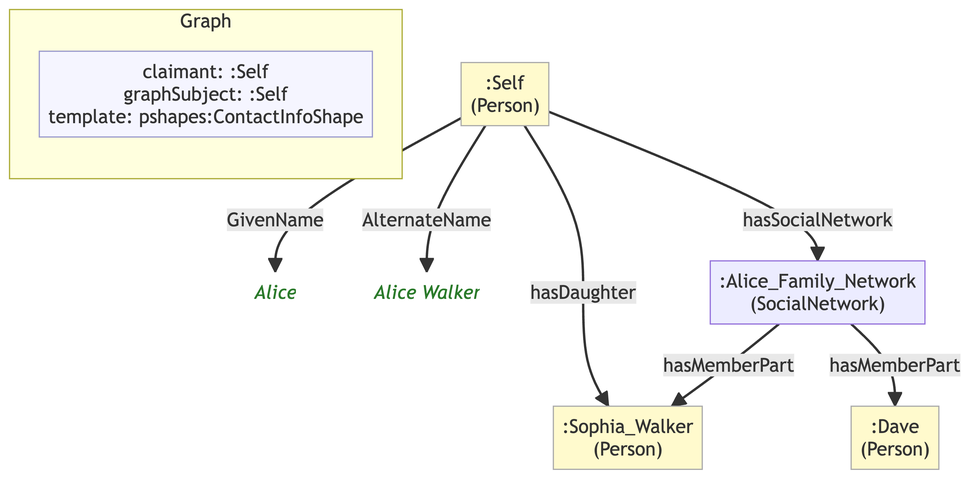
Earlier version of the Mermaid export example/graphs/images/graph-21.png (MeeFoundation/mia-ontologies). Its source is kept beside it as example/graphs/images/graph-21.mmd.
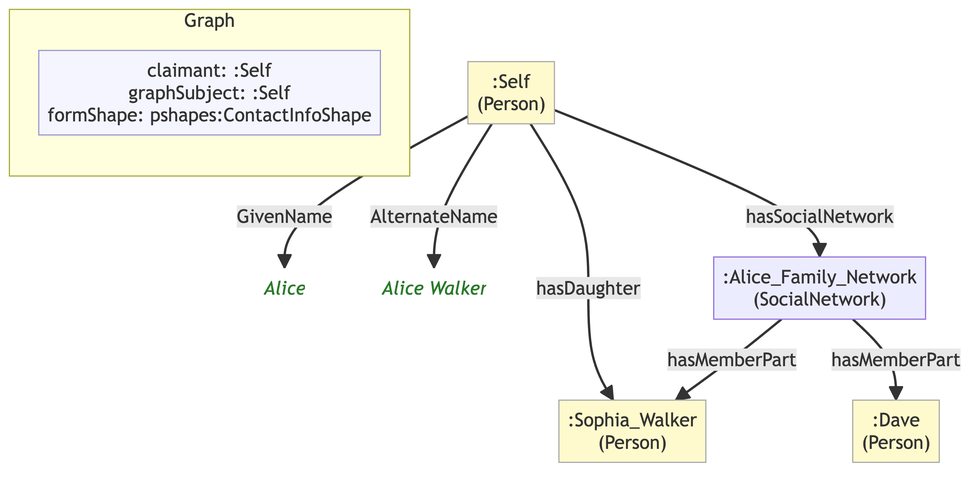
Later version of the same file.

Change to the diagram source:
```diff
@@ -7,19 +7,19 @@
 
     subgraph ctx["Graph"]
         direction LR
-        ctx_meta["claimant: :Self\ngraphSubject: :Self\ntemplate: pshapes:ContactInfoShape"]:::meta
+        ctx_meta["claimant: :Self\ngraphSubject: :Self\nformShape: pshapes:ContactInfoShape"]:::meta
     end
 
-    n29ddd4160a4b[":Alice_Family_Network\n(SocialNetwork)"]
-    n2862909bb09a[":Sophia_Walker\n(Person)"]:::person
-    n1c28f5f47932[":Dave\n(Person)"]:::person
-    ne0c3ba92f1db[":Self\n(Person)"]:::person
-    nb35a5220cf7c("Alice"):::lit
-    n6a47d22b14ae("Alice Walker"):::lit
+    nc9c36369e5d0[":Alice_Family_Network\n(SocialNetwork)"]
+    ndcbfaa4fbe46[":Sophia_Walker\n(Person)"]:::person
+    nb69bdc5e9e9b[":Dave\n(Person)"]:::person
+    n655e442e50be[":Self\n(Person)"]:::person
+    n1abdaaf1394a("Alice"):::lit
+    n4bde2d15726b("Alice Walker"):::lit
 
-    n29ddd4160a4b -->|"hasMemberPart"| n2862909bb09a
-    n29ddd4160a4b -->|"hasMemberPart"| n1c28f5f47932
-    ne0c3ba92f1db -->|"GivenName"| nb35a5220cf7c
-    ne0c3ba92f1db -->|"AlternateName"| n6a47d22b14ae
-    ne0c3ba92f1db -->|"hasDaughter"| n2862909bb09a
-    ne0c3ba92f1db -->|"hasSocialNetwork"| n29ddd4160a4b
+    nc9c36369e5d0 -->|"hasMemberPart"| ndcbfaa4fbe46
+    nc9c36369e5d0 -->|"hasMemberPart"| nb69bdc5e9e9b
+    n655e442e50be -->|"GivenName"| n1abdaaf1394a
+    n655e442e50be -->|"AlternateName"| n4bde2d15726b
+    n655e442e50be -->|"hasDaughter"| ndcbfaa4fbe46
+    n655e442e50be -->|"hasSocialNetwork"| nc9c36369e5d0
```
